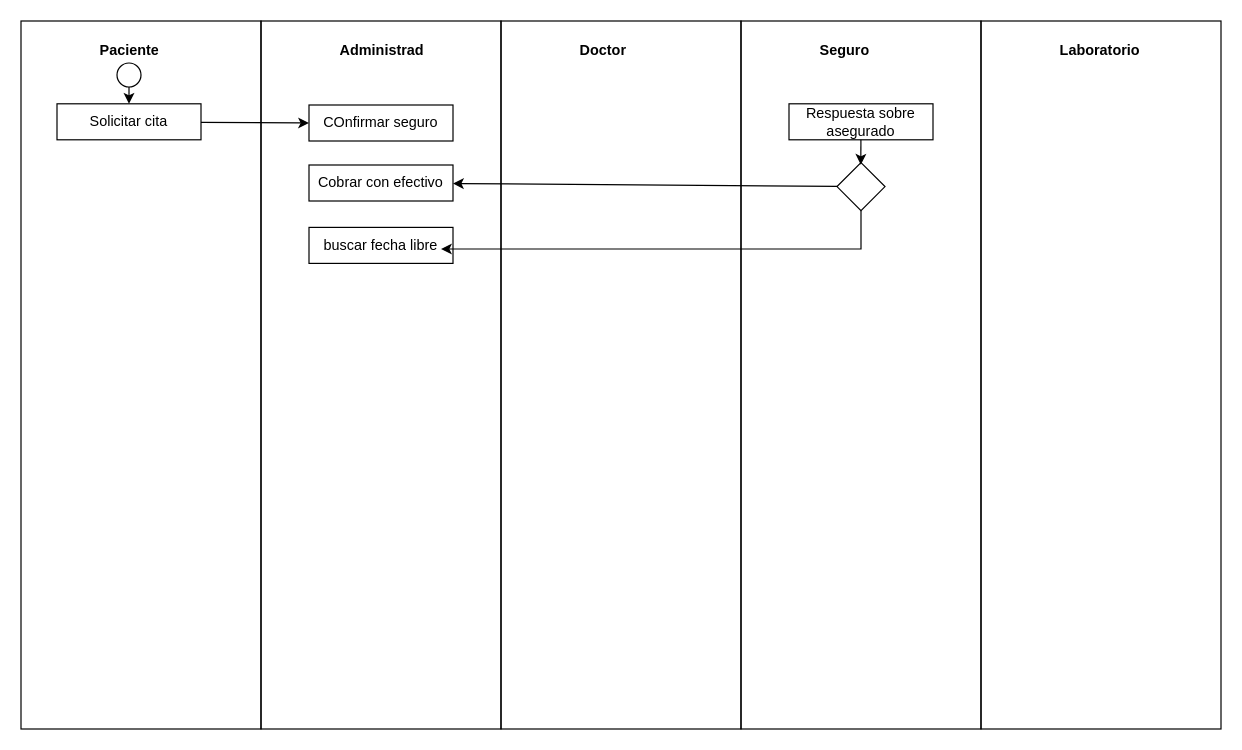
Earlier version of the draw.io diagram UML/1/Hospital/hospital_act.drawio (OxideVanadium/ets_practica). Source tidied: cells renumbered, new cells numbered last; positions are measured from the earlier drawing's top-left corner, leaving out a move shared by most shapes. Both pictures are drawn from the tidied source at 120%, with x=0, y=0 at pixel (20, 20).
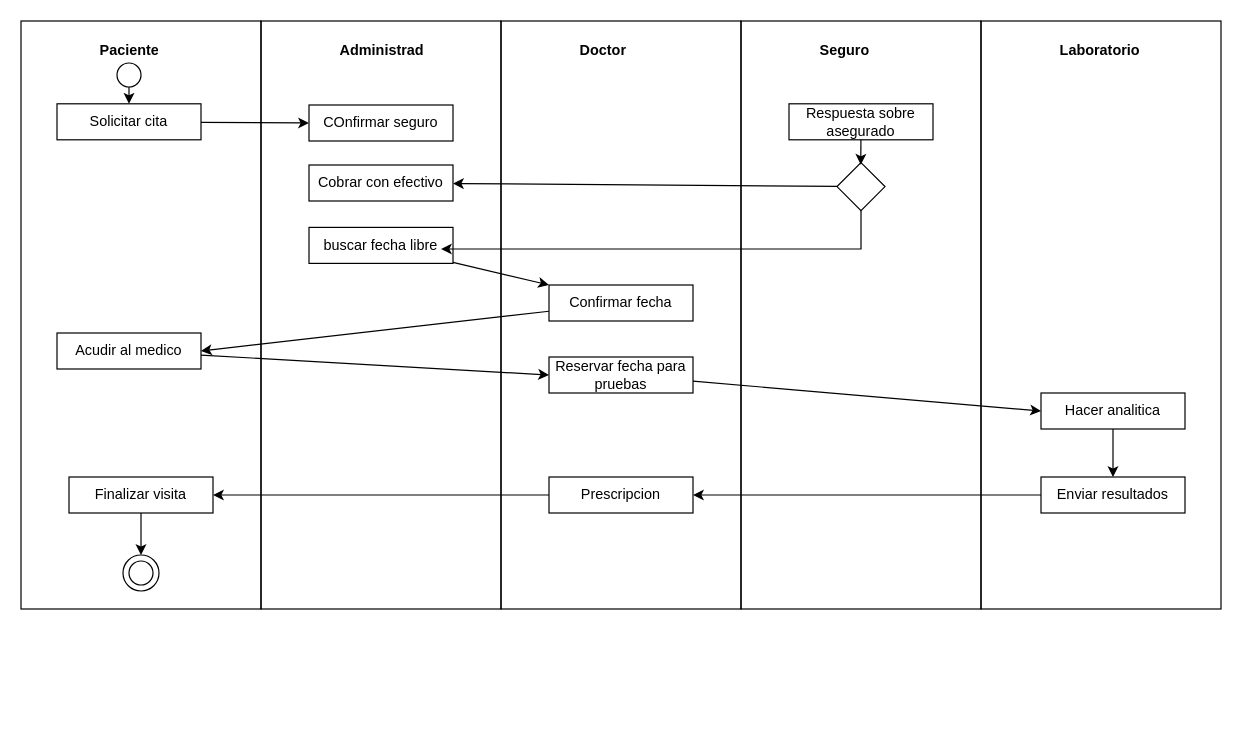
After the change.

Unchanged cells that the change refers to:
```xml
<mxCell id="22" value="buscar fecha libre" style="rounded=0;whiteSpace=wrap;html=1;strokeColor=#000000;fontColor=#000000;fillColor=none;gradientColor=none;" parent="1" vertex="1">
  <mxGeometry x="240" y="172" width="120" height="30" as="geometry" />
</mxCell>
```

Change to the diagram source:
```diff
@@
     <mxCell id="2" style="rounded=0;whiteSpace=wrap;html=1;strokeColor=#000000;fillColor=none;gradientColor=none;" parent="1" vertex="1">
-      <mxGeometry width="200" height="590" as="geometry" />
+      <mxGeometry width="200" height="490" as="geometry" />
     </mxCell>
@@
     <mxCell id="4" style="rounded=0;whiteSpace=wrap;html=1;strokeColor=#000000;fillColor=none;gradientColor=none;" parent="1" vertex="1">
-      <mxGeometry x="200" width="200" height="590" as="geometry" />
+      <mxGeometry x="200" width="200" height="490" as="geometry" />
     </mxCell>
@@
     <mxCell id="6" style="rounded=0;whiteSpace=wrap;html=1;strokeColor=#000000;fillColor=none;gradientColor=none;" parent="1" vertex="1">
-      <mxGeometry x="400" width="200" height="590" as="geometry" />
+      <mxGeometry x="400" width="200" height="490" as="geometry" />
     </mxCell>
@@
     <mxCell id="8" style="rounded=0;whiteSpace=wrap;html=1;strokeColor=#000000;fillColor=none;gradientColor=none;" parent="1" vertex="1">
-      <mxGeometry x="600" width="200" height="590" as="geometry" />
+      <mxGeometry x="600" width="200" height="490" as="geometry" />
     </mxCell>
@@
     <mxCell id="10" style="rounded=0;whiteSpace=wrap;html=1;strokeColor=#000000;fillColor=none;gradientColor=none;" parent="1" vertex="1">
-      <mxGeometry x="800" width="200" height="590" as="geometry" />
+      <mxGeometry x="800" width="200" height="490" as="geometry" />
     </mxCell>
@@
+    <mxCell id="24" style="edgeStyle=none;html=1;entryX=0;entryY=0;entryDx=0;entryDy=0;strokeColor=#000000;" parent="1" edge="1" source="22" target="26">
+      <mxGeometry relative="1" as="geometry" />
+    </mxCell>
@@
+    <mxCell id="25" style="edgeStyle=none;html=1;entryX=1;entryY=0.5;entryDx=0;entryDy=0;strokeColor=#000000;" parent="1" edge="1" source="26" target="28">
+      <mxGeometry relative="1" as="geometry" />
+    </mxCell>
+    <mxCell id="26" value="Confirmar fecha" style="rounded=0;whiteSpace=wrap;html=1;strokeColor=#000000;fontColor=#000000;fillColor=none;gradientColor=none;" parent="1" vertex="1">
+      <mxGeometry x="440" y="220" width="120" height="30" as="geometry" />
+    </mxCell>
+    <mxCell id="27" style="edgeStyle=none;html=1;entryX=0;entryY=0.5;entryDx=0;entryDy=0;strokeColor=#000000;" parent="1" edge="1" source="28" target="30">
+      <mxGeometry relative="1" as="geometry" />
+    </mxCell>
+    <mxCell id="28" value="Acudir al medico" style="rounded=0;whiteSpace=wrap;html=1;strokeColor=#000000;fontColor=#000000;fillColor=none;gradientColor=none;" parent="1" vertex="1">
+      <mxGeometry x="30" y="260" width="120" height="30" as="geometry" />
+    </mxCell>
+    <mxCell id="29" style="edgeStyle=none;html=1;entryX=0;entryY=0.5;entryDx=0;entryDy=0;strokeColor=#000000;" parent="1" edge="1" source="30" target="32">
+      <mxGeometry relative="1" as="geometry" />
+    </mxCell>
+    <mxCell id="30" value="Reservar fecha para pruebas" style="rounded=0;whiteSpace=wrap;html=1;strokeColor=#000000;fontColor=#000000;fillColor=none;gradientColor=none;" parent="1" vertex="1">
+      <mxGeometry x="440" y="280" width="120" height="30" as="geometry" />
+    </mxCell>
+    <mxCell id="31" style="edgeStyle=none;html=1;entryX=0.5;entryY=0;entryDx=0;entryDy=0;strokeColor=#000000;" parent="1" edge="1" source="32" target="34">
+      <mxGeometry relative="1" as="geometry" />
+    </mxCell>
+    <mxCell id="32" value="Hacer analitica" style="rounded=0;whiteSpace=wrap;html=1;strokeColor=#000000;fontColor=#000000;fillColor=none;gradientColor=none;" parent="1" vertex="1">
+      <mxGeometry x="850" y="310" width="120" height="30" as="geometry" />
+    </mxCell>
+    <mxCell id="33" style="edgeStyle=none;html=1;entryX=1;entryY=0.5;entryDx=0;entryDy=0;strokeColor=#000000;" parent="1" edge="1" source="34" target="36">
+      <mxGeometry relative="1" as="geometry" />
+    </mxCell>
+    <mxCell id="34" value="Enviar resultados" style="rounded=0;whiteSpace=wrap;html=1;strokeColor=#000000;fontColor=#000000;fillColor=none;gradientColor=none;" parent="1" vertex="1">
+      <mxGeometry x="850" y="380" width="120" height="30" as="geometry" />
+    </mxCell>
+    <mxCell id="35" style="edgeStyle=none;html=1;entryX=1;entryY=0.5;entryDx=0;entryDy=0;strokeColor=#000000;" parent="1" edge="1" source="36" target="38">
+      <mxGeometry relative="1" as="geometry" />
+    </mxCell>
+    <mxCell id="36" value="Prescripcion" style="rounded=0;whiteSpace=wrap;html=1;strokeColor=#000000;fontColor=#000000;fillColor=none;gradientColor=none;" parent="1" vertex="1">
+      <mxGeometry x="440" y="380" width="120" height="30" as="geometry" />
+    </mxCell>
+    <mxCell id="37" style="edgeStyle=none;html=1;strokeColor=#000000;" parent="1" edge="1" source="38" target="40">
+      <mxGeometry relative="1" as="geometry" />
+    </mxCell>
+    <mxCell id="38" value="Finalizar visita" style="rounded=0;whiteSpace=wrap;html=1;strokeColor=#000000;fontColor=#000000;fillColor=none;gradientColor=none;" parent="1" vertex="1">
+      <mxGeometry x="40" y="380" width="120" height="30" as="geometry" />
+    </mxCell>
+    <mxCell id="39" style="ellipse;whiteSpace=wrap;html=1;" parent="1" vertex="1">
+      <mxGeometry x="90" y="450" width="20" height="20" as="geometry" />
+    </mxCell>
+    <mxCell id="40" style="ellipse;whiteSpace=wrap;html=1;fillColor=none;strokeColor=#000000;" parent="1" vertex="1">
+      <mxGeometry x="85" y="445" width="30" height="30" as="geometry" />
+    </mxCell>
```
